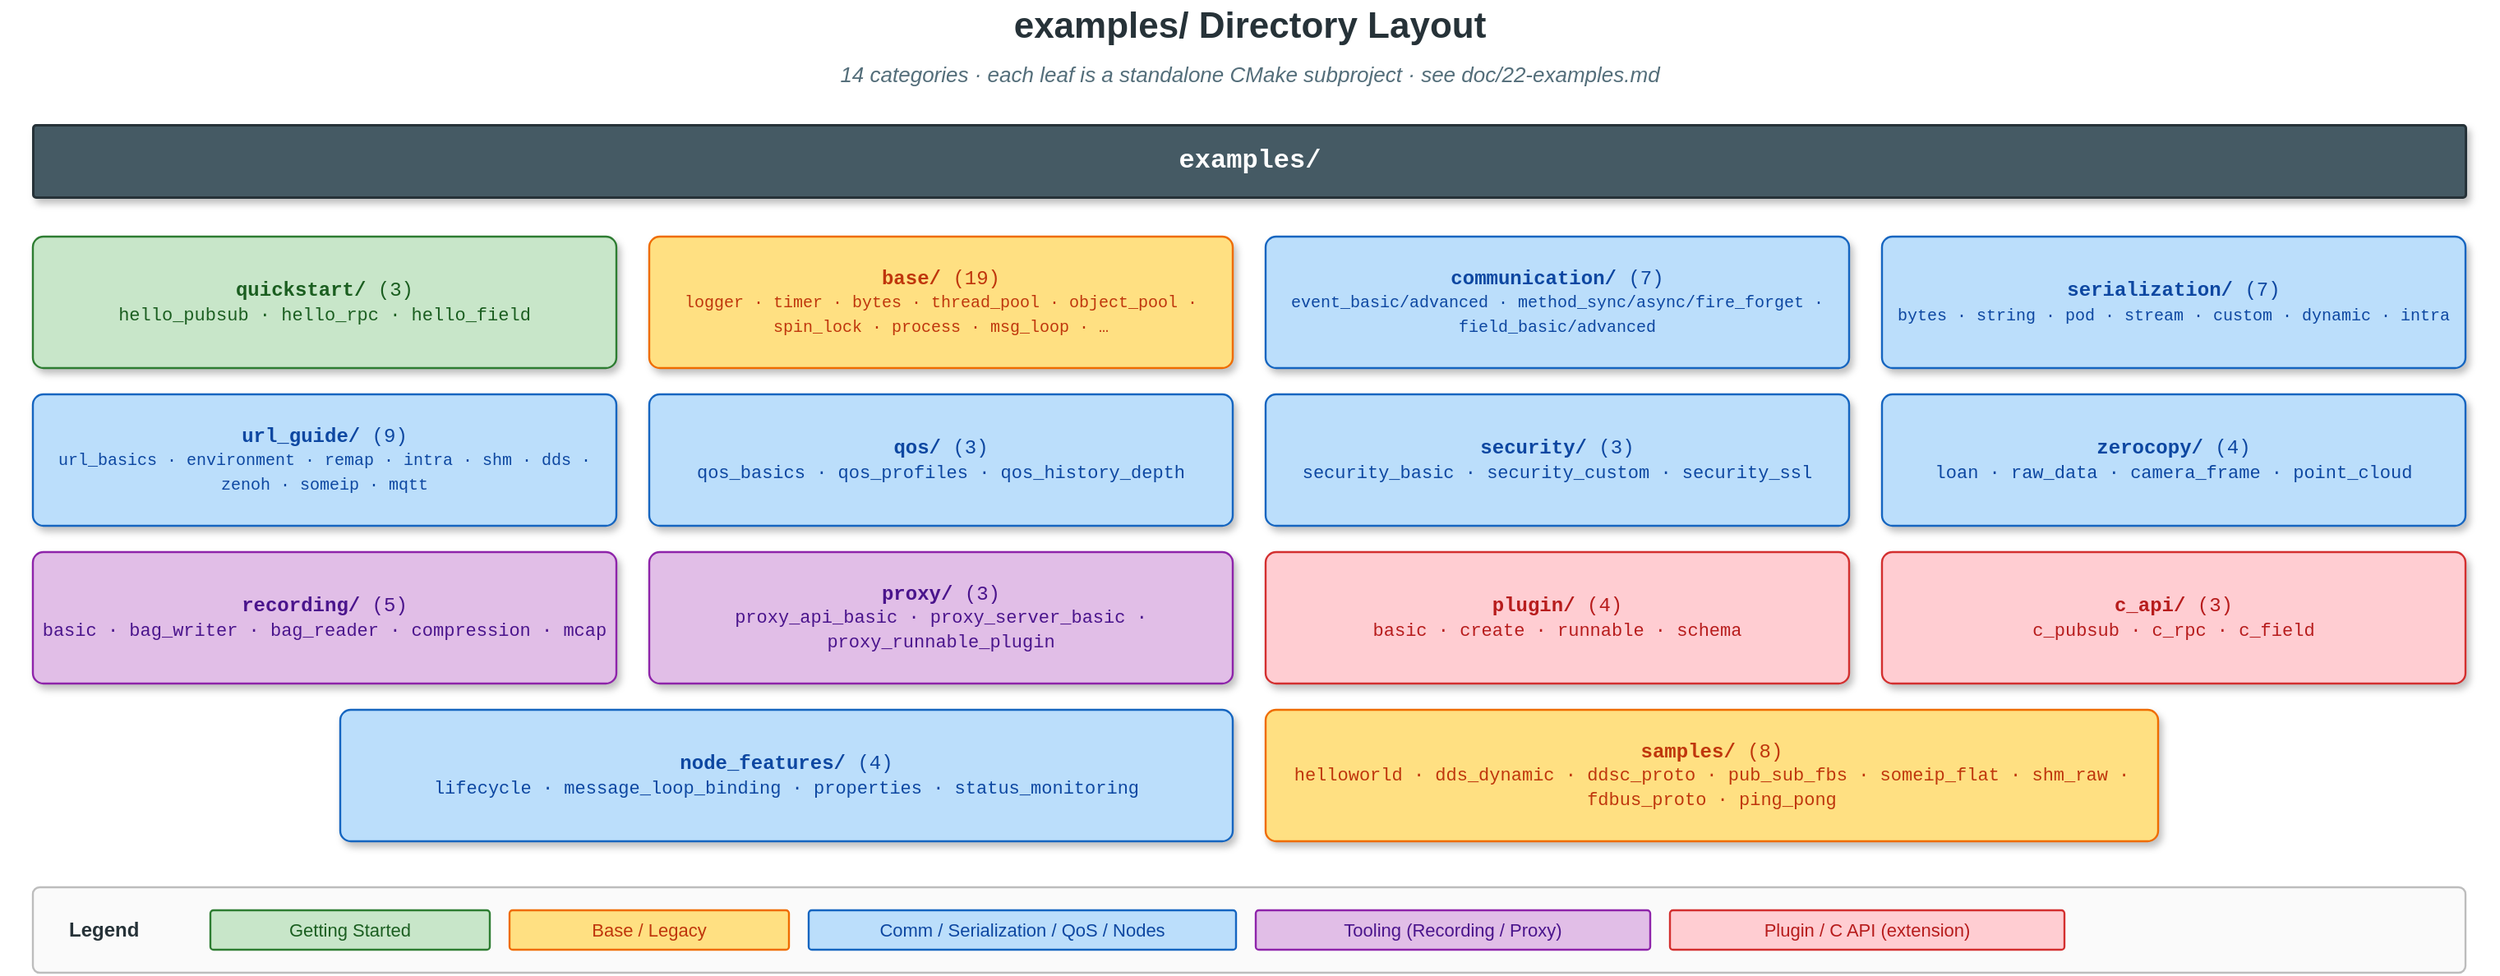
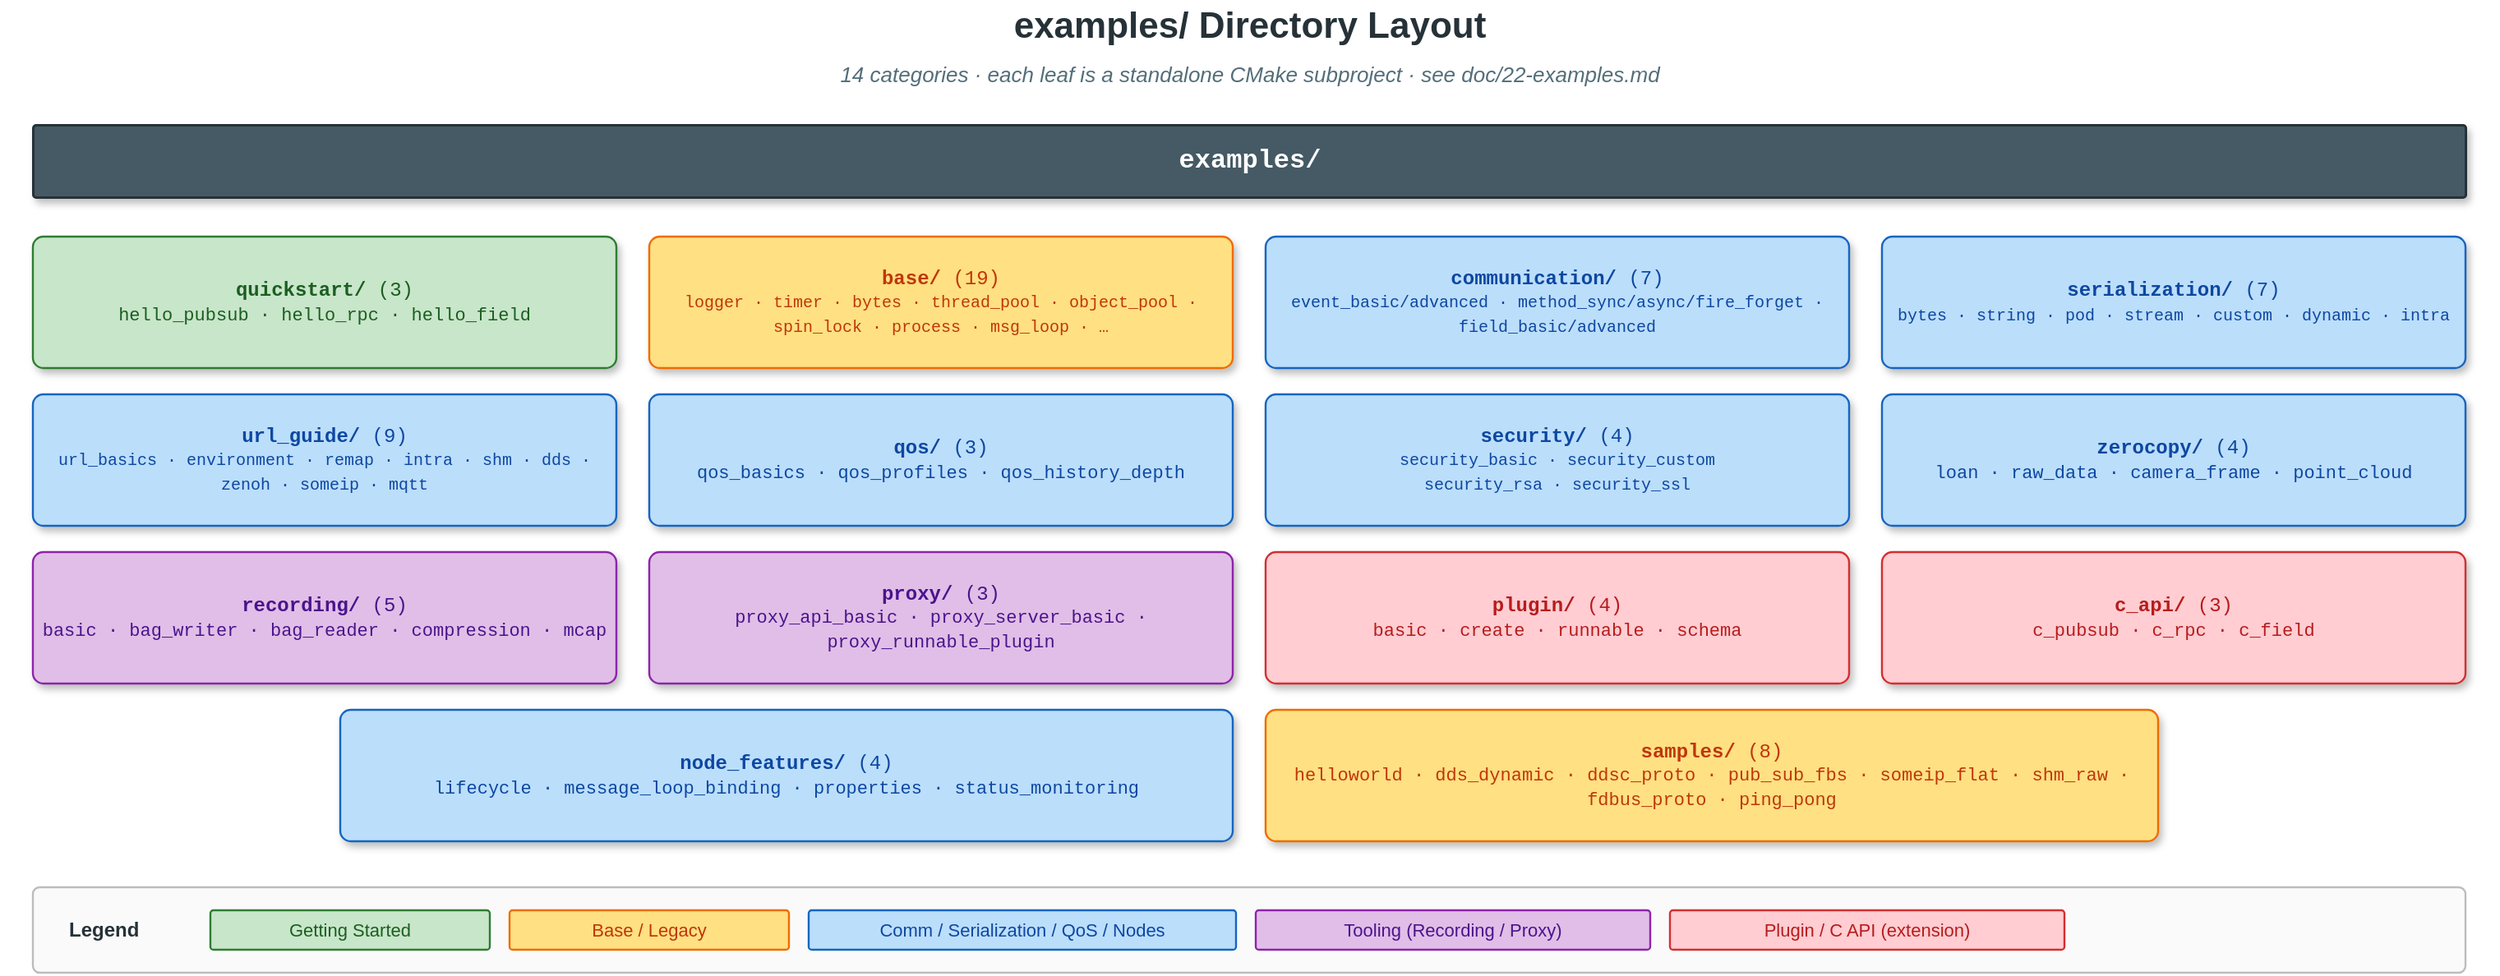
<mxfile host="app.diagrams.net" modified="2026-04-23T00:00:00.000Z" agent="Claude" version="24.0.0" type="device">
  <diagram id="examples-directory-tree" name="Examples Directory Tree">
    <mxGraphModel dx="1560" dy="780" grid="0" gridSize="10" guides="1" tooltips="1" connect="1" arrows="1" fold="1" page="1" pageScale="1" pageWidth="1560" pageHeight="700" math="0" shadow="0">
      <root>
        <mxCell id="0" />
        <mxCell id="1" parent="0" />

        <mxCell id="title" value="examples/ Directory Layout" style="text;html=1;align=center;verticalAlign=middle;strokeColor=none;fillColor=none;fontSize=22;fontStyle=1;fontColor=#263238;" vertex="1" parent="1">
          <mxGeometry x="20" y="20" width="1520" height="32" as="geometry" />
        </mxCell>
        <mxCell id="subtitle" value="14 categories  ·  each leaf is a standalone CMake subproject  ·  see doc/22-examples.md" style="text;html=1;align=center;verticalAlign=middle;strokeColor=none;fillColor=none;fontSize=13;fontStyle=2;fontColor=#546e7a;" vertex="1" parent="1">
          <mxGeometry x="20" y="54" width="1520" height="22" as="geometry" />
        </mxCell>

        <!-- Root strip -->
        <mxCell id="root_bg" value="" style="rounded=1;whiteSpace=wrap;html=1;fillColor=#455a64;strokeColor=#263238;strokeWidth=1.5;arcSize=4;shadow=1;" vertex="1" parent="1">
          <mxGeometry x="40" y="96" width="1480" height="44" as="geometry" />
        </mxCell>
        <mxCell id="root_t" value="examples/" style="text;html=1;align=center;verticalAlign=middle;strokeColor=none;fillColor=none;fontSize=16;fontFamily=Courier New;fontStyle=1;fontColor=#ffffff;" vertex="1" parent="1">
          <mxGeometry x="40" y="96" width="1480" height="44" as="geometry" />
        </mxCell>

        <!-- 4 cols × 4 rows grid; 14 items + blank.
             col width = (1480 - 3*20) / 4 = 355; cols x = 40, 415, 790, 1165
             row height = 80, gap 16; rows y = 164, 260, 356, 452 -->

        <!-- ROW 1 -->
        <mxCell id="cat_qs" value="&lt;b&gt;quickstart/&lt;/b&gt;  (3)&lt;br/&gt;&lt;span style=&quot;font-size:11px;color:#1b5e20;&quot;&gt;hello_pubsub  ·  hello_rpc  ·  hello_field&lt;/span&gt;" style="rounded=1;whiteSpace=wrap;html=1;fillColor=#c8e6c9;strokeColor=#2e7d32;strokeWidth=1.2;arcSize=8;fontSize=12;fontFamily=Courier New;fontColor=#1b5e20;shadow=1;verticalAlign=middle;align=center;" vertex="1" parent="1">
          <mxGeometry x="40" y="164" width="355" height="80" as="geometry" />
        </mxCell>
        <mxCell id="cat_base" value="&lt;b&gt;base/&lt;/b&gt;  (19)&lt;br/&gt;&lt;span style=&quot;font-size:10px;color:#bf360c;&quot;&gt;logger · timer · bytes · thread_pool · object_pool · spin_lock · process · msg_loop · …&lt;/span&gt;" style="rounded=1;whiteSpace=wrap;html=1;fillColor=#ffe082;strokeColor=#ef6c00;strokeWidth=1.2;arcSize=8;fontSize=12;fontFamily=Courier New;fontColor=#bf360c;shadow=1;verticalAlign=middle;align=center;" vertex="1" parent="1">
          <mxGeometry x="415" y="164" width="355" height="80" as="geometry" />
        </mxCell>
        <mxCell id="cat_comm" value="&lt;b&gt;communication/&lt;/b&gt;  (7)&lt;br/&gt;&lt;span style=&quot;font-size:10px;color:#0d47a1;&quot;&gt;event_basic/advanced · method_sync/async/fire_forget · field_basic/advanced&lt;/span&gt;" style="rounded=1;whiteSpace=wrap;html=1;fillColor=#bbdefb;strokeColor=#1565c0;strokeWidth=1.2;arcSize=8;fontSize=12;fontFamily=Courier New;fontColor=#0d47a1;shadow=1;verticalAlign=middle;align=center;" vertex="1" parent="1">
          <mxGeometry x="790" y="164" width="355" height="80" as="geometry" />
        </mxCell>
        <mxCell id="cat_ser" value="&lt;b&gt;serialization/&lt;/b&gt;  (7)&lt;br/&gt;&lt;span style=&quot;font-size:10px;color:#0d47a1;&quot;&gt;bytes · string · pod · stream · custom · dynamic · intra&lt;/span&gt;" style="rounded=1;whiteSpace=wrap;html=1;fillColor=#bbdefb;strokeColor=#1565c0;strokeWidth=1.2;arcSize=8;fontSize=12;fontFamily=Courier New;fontColor=#0d47a1;shadow=1;verticalAlign=middle;align=center;" vertex="1" parent="1">
          <mxGeometry x="1165" y="164" width="355" height="80" as="geometry" />
        </mxCell>

        <!-- ROW 2 -->
        <mxCell id="cat_url" value="&lt;b&gt;url_guide/&lt;/b&gt;  (9)&lt;br/&gt;&lt;span style=&quot;font-size:10px;color:#0d47a1;&quot;&gt;url_basics · environment · remap · intra · shm · dds · zenoh · someip · mqtt&lt;/span&gt;" style="rounded=1;whiteSpace=wrap;html=1;fillColor=#bbdefb;strokeColor=#1565c0;strokeWidth=1.2;arcSize=8;fontSize=12;fontFamily=Courier New;fontColor=#0d47a1;shadow=1;verticalAlign=middle;align=center;" vertex="1" parent="1">
          <mxGeometry x="40" y="260" width="355" height="80" as="geometry" />
        </mxCell>
        <mxCell id="cat_qos" value="&lt;b&gt;qos/&lt;/b&gt;  (3)&lt;br/&gt;&lt;span style=&quot;font-size:11px;color:#0d47a1;&quot;&gt;qos_basics · qos_profiles · qos_history_depth&lt;/span&gt;" style="rounded=1;whiteSpace=wrap;html=1;fillColor=#bbdefb;strokeColor=#1565c0;strokeWidth=1.2;arcSize=8;fontSize=12;fontFamily=Courier New;fontColor=#0d47a1;shadow=1;verticalAlign=middle;align=center;" vertex="1" parent="1">
          <mxGeometry x="415" y="260" width="355" height="80" as="geometry" />
        </mxCell>
-         <mxCell id="cat_sec" value="&lt;b&gt;security/&lt;/b&gt;  (3)&lt;br/&gt;&lt;span style=&quot;font-size:11px;color:#0d47a1;&quot;&gt;security_basic · security_custom · security_ssl&lt;/span&gt;" style="rounded=1;whiteSpace=wrap;html=1;fillColor=#bbdefb;strokeColor=#1565c0;strokeWidth=1.2;arcSize=8;fontSize=12;fontFamily=Courier New;fontColor=#0d47a1;shadow=1;verticalAlign=middle;align=center;" vertex="1" parent="1">
+         <mxCell id="cat_sec" value="&lt;b&gt;security/&lt;/b&gt;  (4)&lt;br/&gt;&lt;span style=&quot;font-size:10px;color:#0d47a1;&quot;&gt;security_basic · security_custom&lt;br/&gt;security_rsa · security_ssl&lt;/span&gt;" style="rounded=1;whiteSpace=wrap;html=1;fillColor=#bbdefb;strokeColor=#1565c0;strokeWidth=1.2;arcSize=8;fontSize=12;fontFamily=Courier New;fontColor=#0d47a1;shadow=1;verticalAlign=middle;align=center;" vertex="1" parent="1">
          <mxGeometry x="790" y="260" width="355" height="80" as="geometry" />
        </mxCell>
        <mxCell id="cat_zc" value="&lt;b&gt;zerocopy/&lt;/b&gt;  (4)&lt;br/&gt;&lt;span style=&quot;font-size:11px;color:#0d47a1;&quot;&gt;loan · raw_data · camera_frame · point_cloud&lt;/span&gt;" style="rounded=1;whiteSpace=wrap;html=1;fillColor=#bbdefb;strokeColor=#1565c0;strokeWidth=1.2;arcSize=8;fontSize=12;fontFamily=Courier New;fontColor=#0d47a1;shadow=1;verticalAlign=middle;align=center;" vertex="1" parent="1">
          <mxGeometry x="1165" y="260" width="355" height="80" as="geometry" />
        </mxCell>

        <!-- ROW 3 -->
        <mxCell id="cat_rec" value="&lt;b&gt;recording/&lt;/b&gt;  (5)&lt;br/&gt;&lt;span style=&quot;font-size:11px;color:#4a148c;&quot;&gt;basic · bag_writer · bag_reader · compression · mcap&lt;/span&gt;" style="rounded=1;whiteSpace=wrap;html=1;fillColor=#e1bee7;strokeColor=#8e24aa;strokeWidth=1.2;arcSize=8;fontSize=12;fontFamily=Courier New;fontColor=#4a148c;shadow=1;verticalAlign=middle;align=center;" vertex="1" parent="1">
          <mxGeometry x="40" y="356" width="355" height="80" as="geometry" />
        </mxCell>
        <mxCell id="cat_proxy" value="&lt;b&gt;proxy/&lt;/b&gt;  (3)&lt;br/&gt;&lt;span style=&quot;font-size:11px;color:#4a148c;&quot;&gt;proxy_api_basic · proxy_server_basic · proxy_runnable_plugin&lt;/span&gt;" style="rounded=1;whiteSpace=wrap;html=1;fillColor=#e1bee7;strokeColor=#8e24aa;strokeWidth=1.2;arcSize=8;fontSize=12;fontFamily=Courier New;fontColor=#4a148c;shadow=1;verticalAlign=middle;align=center;" vertex="1" parent="1">
          <mxGeometry x="415" y="356" width="355" height="80" as="geometry" />
        </mxCell>
        <mxCell id="cat_plugin" value="&lt;b&gt;plugin/&lt;/b&gt;  (4)&lt;br/&gt;&lt;span style=&quot;font-size:11px;color:#b71c1c;&quot;&gt;basic · create · runnable · schema&lt;/span&gt;" style="rounded=1;whiteSpace=wrap;html=1;fillColor=#ffcdd2;strokeColor=#d32f2f;strokeWidth=1.2;arcSize=8;fontSize=12;fontFamily=Courier New;fontColor=#b71c1c;shadow=1;verticalAlign=middle;align=center;" vertex="1" parent="1">
          <mxGeometry x="790" y="356" width="355" height="80" as="geometry" />
        </mxCell>
        <mxCell id="cat_capi" value="&lt;b&gt;c_api/&lt;/b&gt;  (3)&lt;br/&gt;&lt;span style=&quot;font-size:11px;color:#b71c1c;&quot;&gt;c_pubsub · c_rpc · c_field&lt;/span&gt;" style="rounded=1;whiteSpace=wrap;html=1;fillColor=#ffcdd2;strokeColor=#d32f2f;strokeWidth=1.2;arcSize=8;fontSize=12;fontFamily=Courier New;fontColor=#b71c1c;shadow=1;verticalAlign=middle;align=center;" vertex="1" parent="1">
          <mxGeometry x="1165" y="356" width="355" height="80" as="geometry" />
        </mxCell>

        <!-- ROW 4 -->
        <mxCell id="cat_node" value="&lt;b&gt;node_features/&lt;/b&gt;  (4)&lt;br/&gt;&lt;span style=&quot;font-size:11px;color:#0d47a1;&quot;&gt;lifecycle · message_loop_binding · properties · status_monitoring&lt;/span&gt;" style="rounded=1;whiteSpace=wrap;html=1;fillColor=#bbdefb;strokeColor=#1565c0;strokeWidth=1.2;arcSize=8;fontSize=12;fontFamily=Courier New;fontColor=#0d47a1;shadow=1;verticalAlign=middle;align=center;" vertex="1" parent="1">
          <mxGeometry x="227" y="452" width="543" height="80" as="geometry" />
        </mxCell>
        <mxCell id="cat_samples" value="&lt;b&gt;samples/&lt;/b&gt;  (8)&lt;br/&gt;&lt;span style=&quot;font-size:11px;color:#bf360c;&quot;&gt;helloworld · dds_dynamic · ddsc_proto · pub_sub_fbs · someip_flat · shm_raw · fdbus_proto · ping_pong&lt;/span&gt;" style="rounded=1;whiteSpace=wrap;html=1;fillColor=#ffe082;strokeColor=#ef6c00;strokeWidth=1.2;arcSize=8;fontSize=12;fontFamily=Courier New;fontColor=#bf360c;shadow=1;verticalAlign=middle;align=center;" vertex="1" parent="1">
          <mxGeometry x="790" y="452" width="543" height="80" as="geometry" />
        </mxCell>

        <!-- Legend strip -->
        <mxCell id="legbg" value="" style="rounded=1;whiteSpace=wrap;html=1;fillColor=#fafafa;strokeColor=#bdbdbd;strokeWidth=1.2;arcSize=8;" vertex="1" parent="1">
          <mxGeometry x="40" y="560" width="1480" height="52" as="geometry" />
        </mxCell>
        <mxCell id="legtitle" value="Legend" style="text;html=1;align=left;verticalAlign=middle;strokeColor=none;fillColor=none;fontSize=12;fontStyle=1;fontColor=#263238;" vertex="1" parent="1">
          <mxGeometry x="60" y="560" width="80" height="52" as="geometry" />
        </mxCell>
        <mxCell id="lg1" value="Getting Started" style="rounded=1;whiteSpace=wrap;html=1;fillColor=#c8e6c9;strokeColor=#2e7d32;strokeWidth=1.2;arcSize=8;fontSize=11;fontColor=#1b5e20;align=center;verticalAlign=middle;" vertex="1" parent="1">
          <mxGeometry x="148" y="574" width="170" height="24" as="geometry" />
        </mxCell>
        <mxCell id="lg2" value="Base / Legacy" style="rounded=1;whiteSpace=wrap;html=1;fillColor=#ffe082;strokeColor=#ef6c00;strokeWidth=1.2;arcSize=8;fontSize=11;fontColor=#bf360c;align=center;verticalAlign=middle;" vertex="1" parent="1">
          <mxGeometry x="330" y="574" width="170" height="24" as="geometry" />
        </mxCell>
        <mxCell id="lg3" value="Comm / Serialization / QoS / Nodes" style="rounded=1;whiteSpace=wrap;html=1;fillColor=#bbdefb;strokeColor=#1565c0;strokeWidth=1.2;arcSize=8;fontSize=11;fontColor=#0d47a1;align=center;verticalAlign=middle;" vertex="1" parent="1">
          <mxGeometry x="512" y="574" width="260" height="24" as="geometry" />
        </mxCell>
        <mxCell id="lg4" value="Tooling (Recording / Proxy)" style="rounded=1;whiteSpace=wrap;html=1;fillColor=#e1bee7;strokeColor=#8e24aa;strokeWidth=1.2;arcSize=8;fontSize=11;fontColor=#4a148c;align=center;verticalAlign=middle;" vertex="1" parent="1">
          <mxGeometry x="784" y="574" width="240" height="24" as="geometry" />
        </mxCell>
        <mxCell id="lg5" value="Plugin / C API (extension)" style="rounded=1;whiteSpace=wrap;html=1;fillColor=#ffcdd2;strokeColor=#d32f2f;strokeWidth=1.2;arcSize=8;fontSize=11;fontColor=#b71c1c;align=center;verticalAlign=middle;" vertex="1" parent="1">
          <mxGeometry x="1036" y="574" width="240" height="24" as="geometry" />
        </mxCell>

      </root>
    </mxGraphModel>
  </diagram>
</mxfile>
